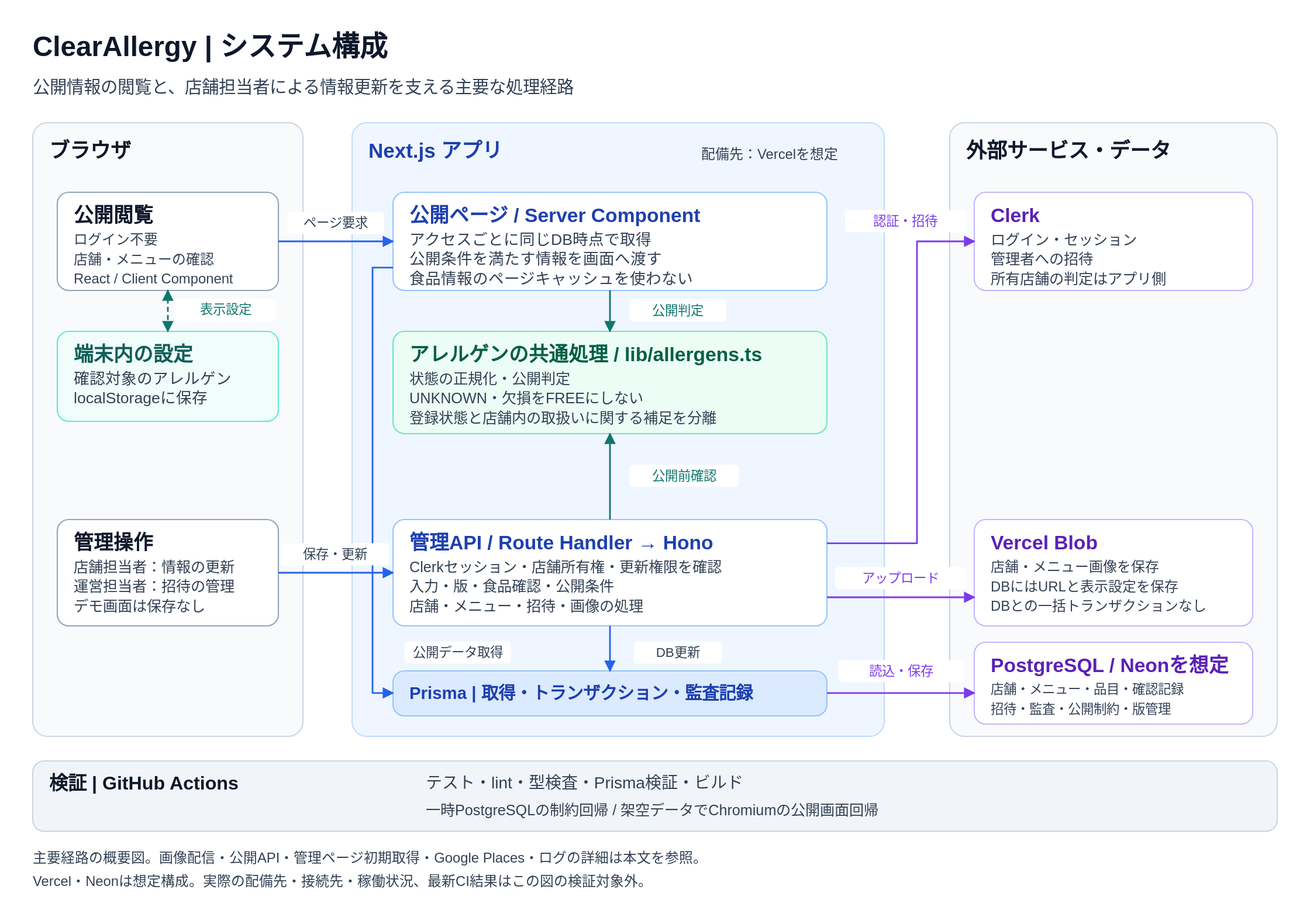
Earlier version of the draw.io export docs/guide/diagrams/clearallergy-architecture.svg (Kaito-Iwase/ClearAllergy). Source tidied: cells renumbered, new cells last; positions are measured from the earlier drawing's top-left corner, leaving out a move shared by most shapes.
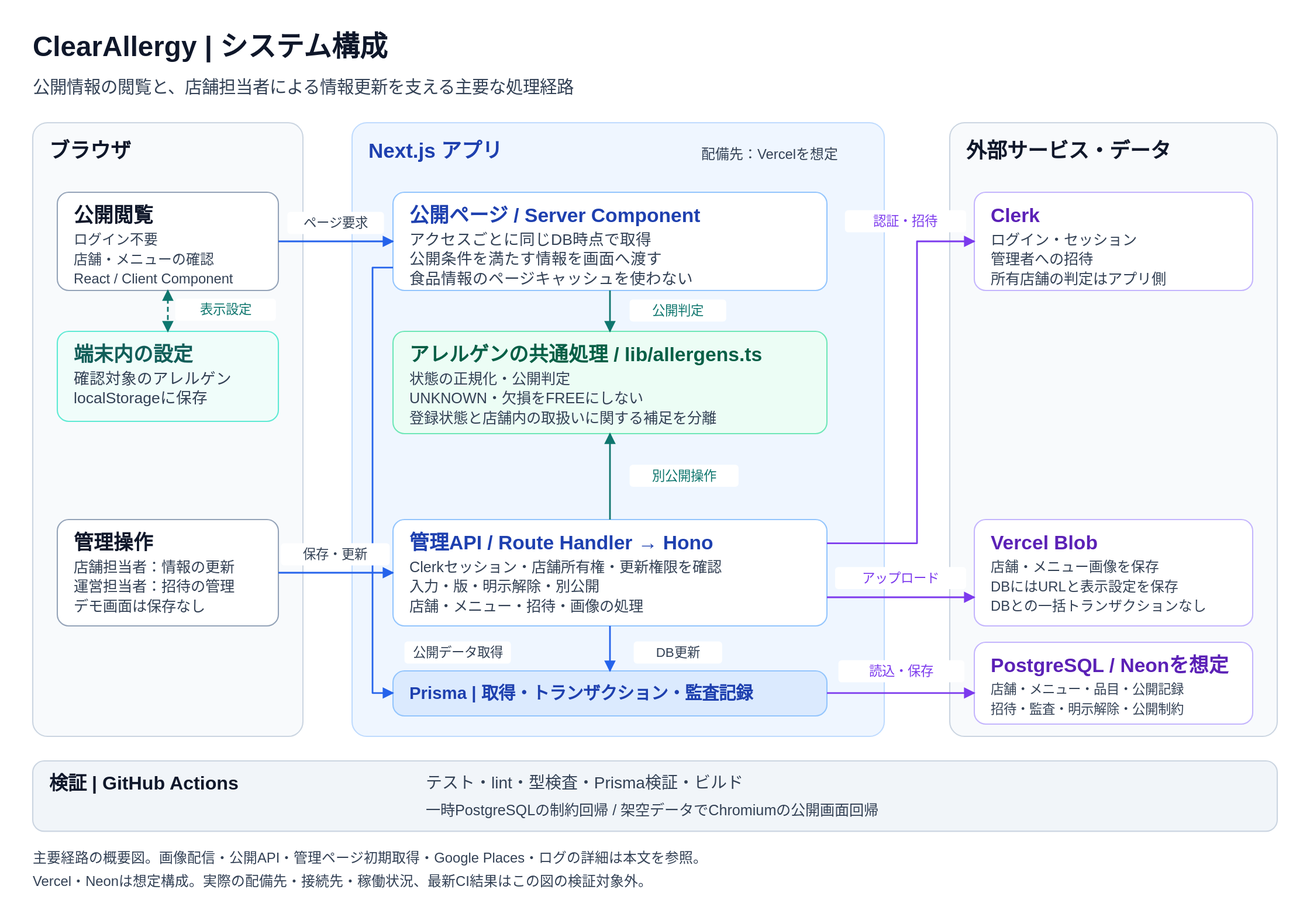
After the commit.

What changed in the source:
```diff
@@ -110,7 +110,7 @@
     <mxCell id="37" value="Clerkセッション・店舗所有権・更新権限を確認" style="text;html=0;strokeColor=none;fillColor=none;align=left;verticalAlign=middle;whiteSpace=wrap;rounded=0;fontFamily=Yu Gothic UI;fontSize=18;fontColor=#334155;fontStyle=0;spacing=0;" parent="1" vertex="1">
       <mxGeometry x="460" y="646" width="490" height="25" as="geometry" />
     </mxCell>
-    <mxCell id="38" value="入力・版・食品確認・公開条件" style="text;html=0;strokeColor=none;fillColor=none;align=left;verticalAlign=middle;whiteSpace=wrap;rounded=0;fontFamily=Yu Gothic UI;fontSize=18;fontColor=#334155;fontStyle=0;spacing=0;" parent="1" vertex="1">
+    <mxCell id="38" value="入力・版・明示解除・別公開" style="text;html=0;strokeColor=none;fillColor=none;align=left;verticalAlign=middle;whiteSpace=wrap;rounded=0;fontFamily=Yu Gothic UI;fontSize=18;fontColor=#334155;fontStyle=0;spacing=0;" parent="1" vertex="1">
       <mxGeometry x="460" y="670" width="490" height="25" as="geometry" />
     </mxCell>
     <mxCell id="39" value="店舗・メニュー・招待・画像の処理" style="text;html=0;strokeColor=none;fillColor=none;align=left;verticalAlign=middle;whiteSpace=wrap;rounded=0;fontFamily=Yu Gothic UI;fontSize=18;fontColor=#334155;fontStyle=0;spacing=0;" parent="1" vertex="1">
@@ -158,10 +158,10 @@
     <mxCell id="53" value="PostgreSQL / Neonを想定" style="text;html=0;strokeColor=none;fillColor=none;align=left;verticalAlign=middle;whiteSpace=wrap;rounded=0;fontFamily=Yu Gothic UI;fontSize=24;fontColor=#5b21b6;fontStyle=1;spacing=0;" parent="1" vertex="1">
       <mxGeometry x="1170" y="765" width="300" height="28" as="geometry" />
     </mxCell>
-    <mxCell id="54" value="店舗・メニュー・品目・確認記録" style="text;html=0;strokeColor=none;fillColor=none;align=left;verticalAlign=middle;whiteSpace=wrap;rounded=0;fontFamily=Yu Gothic UI;fontSize=16;fontColor=#334155;fontStyle=0;spacing=0;" parent="1" vertex="1">
+    <mxCell id="54" value="店舗・メニュー・品目・公開記録" style="text;html=0;strokeColor=none;fillColor=none;align=left;verticalAlign=middle;whiteSpace=wrap;rounded=0;fontFamily=Yu Gothic UI;fontSize=16;fontColor=#334155;fontStyle=0;spacing=0;" parent="1" vertex="1">
       <mxGeometry x="1170" y="796" width="300" height="25" as="geometry" />
     </mxCell>
-    <mxCell id="55" value="招待・監査・公開制約・版管理" style="text;html=0;strokeColor=none;fillColor=none;align=left;verticalAlign=middle;whiteSpace=wrap;rounded=0;fontFamily=Yu Gothic UI;fontSize=16;fontColor=#334155;fontStyle=0;spacing=0;" parent="1" vertex="1">
+    <mxCell id="55" value="招待・監査・明示解除・公開制約" style="text;html=0;strokeColor=none;fillColor=none;align=left;verticalAlign=middle;whiteSpace=wrap;rounded=0;fontFamily=Yu Gothic UI;fontSize=16;fontColor=#334155;fontStyle=0;spacing=0;" parent="1" vertex="1">
       <mxGeometry x="1170" y="820" width="300" height="25" as="geometry" />
     </mxCell>
     <mxCell id="56" style="edgeStyle=orthogonalEdgeStyle;rounded=0;jettySize=auto;html=0;strokeWidth=2;strokeColor=#2563eb;endArrow=block;endFill=1;exitX=1.0;exitY=0.5;exitDx=0;exitDy=0;entryX=0.0;entryY=0.5;entryDx=0;entryDy=0;" parent="1" edge="1" source="11" target="25">
@@ -231,7 +231,7 @@
     <mxCell id="74" style="rounded=1;arcSize=8;fillColor=#ffffff;strokeColor=none;" parent="1" vertex="1">
       <mxGeometry x="729" y="534" width="133" height="27" as="geometry" />
     </mxCell>
-    <mxCell id="75" value="公開前確認" style="text;html=0;strokeColor=none;fillColor=none;align=center;verticalAlign=middle;whiteSpace=wrap;rounded=0;fontFamily=Yu Gothic UI;fontSize=16;fontColor=#0f766e;fontStyle=0;spacing=0;" parent="1" vertex="1">
+    <mxCell id="75" value="別公開操作" style="text;html=0;strokeColor=none;fillColor=none;align=center;verticalAlign=middle;whiteSpace=wrap;rounded=0;fontFamily=Yu Gothic UI;fontSize=16;fontColor=#0f766e;fontStyle=0;spacing=0;" parent="1" vertex="1">
       <mxGeometry x="733" y="534" width="125" height="27" as="geometry" />
     </mxCell>
     <mxCell id="76" style="rounded=1;arcSize=8;fillColor=#ffffff;strokeColor=none;" parent="1" vertex="1">
```
